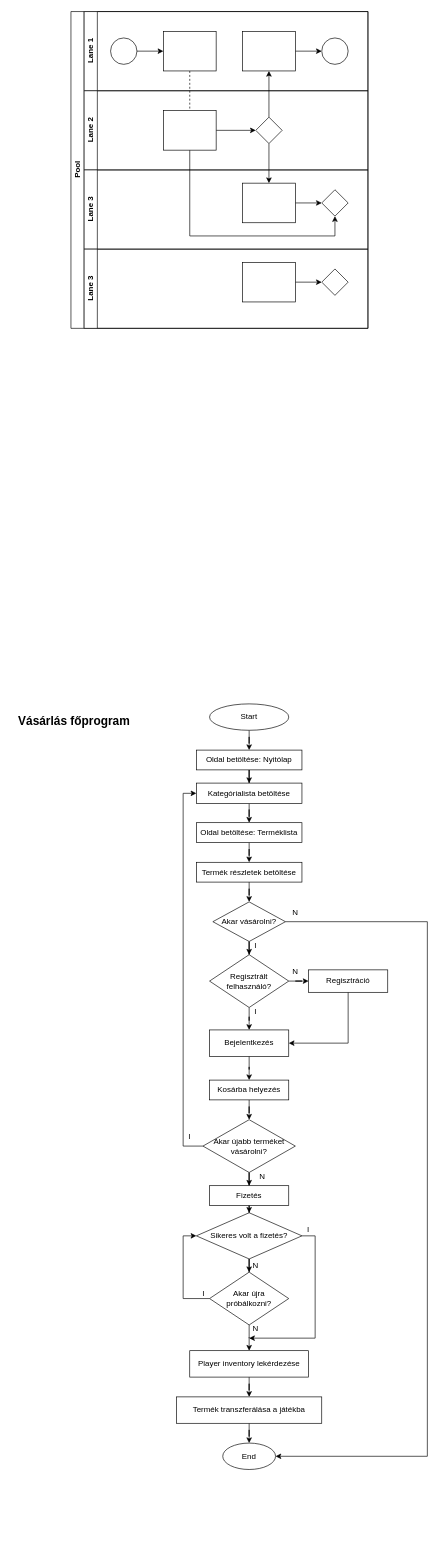
Szirmill/szirmill.github.io keeps this draw.io diagram as Névtelen diagram.drawio. Above is the earlier version. Source tidied: cells renumbered, new cells numbered last; positions are measured from the earlier drawing's top-left corner, leaving out a move shared by most shapes. Both pictures are drawn from the tidied source at 66%, with x=0, y=0 at pixel (11, 11).
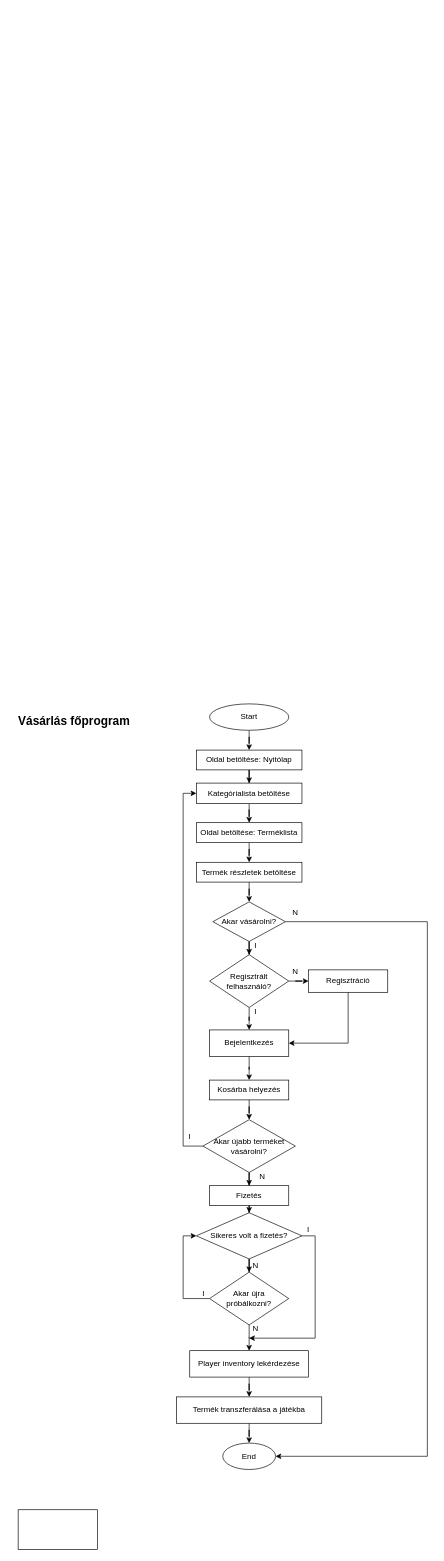
The same diagram, later.

Change to the diagram source:
```diff
@@
-    <mxCell id="2" value="Pool" style="swimlane;html=1;horizontal=0;startSize=20;" parent="1" vertex="1">
-      <mxGeometry x="90" width="450" height="480" as="geometry" />
-    </mxCell>
-    <mxCell id="3" style="edgeStyle=orthogonalEdgeStyle;rounded=0;jettySize=auto;html=1;dashed=1;endArrow=none;endFill=0;" parent="2" edge="1" source="10" target="16">
-      <mxGeometry relative="1" as="geometry" />
-    </mxCell>
-    <mxCell id="4" style="edgeStyle=orthogonalEdgeStyle;rounded=0;jettySize=auto;html=1;endArrow=classic;endFill=1;" parent="2" edge="1" source="17" target="12">
-      <mxGeometry relative="1" as="geometry" />
-    </mxCell>
-    <mxCell id="5" style="edgeStyle=orthogonalEdgeStyle;rounded=0;jettySize=auto;html=1;endArrow=classic;endFill=1;" parent="2" edge="1" source="17" target="20">
-      <mxGeometry relative="1" as="geometry" />
-    </mxCell>
-    <mxCell id="6" style="edgeStyle=orthogonalEdgeStyle;rounded=0;jettySize=auto;html=1;endArrow=classic;endFill=1;" parent="2" edge="1" source="16" target="21">
-      <mxGeometry relative="1" as="geometry">
-        <Array as="points">
-          <mxPoint x="180" y="340" />
-          <mxPoint x="400" y="340" />
-        </Array>
-      </mxGeometry>
-    </mxCell>
-    <mxCell id="7" value="Lane 1" style="swimlane;html=1;startSize=20;horizontal=0;" parent="2" vertex="1">
-      <mxGeometry x="20" width="430" height="120" as="geometry" />
-    </mxCell>
-    <mxCell id="8" style="edgeStyle=orthogonalEdgeStyle;rounded=0;jettySize=auto;html=1;" parent="7" edge="1" source="9" target="10">
-      <mxGeometry relative="1" as="geometry" />
-    </mxCell>
-    <mxCell id="9" style="ellipse;whiteSpace=wrap;html=1;" parent="7" vertex="1">
-      <mxGeometry x="40" y="40" width="40" height="40" as="geometry" />
-    </mxCell>
-    <mxCell id="10" style="rounded=0;whiteSpace=wrap;html=1;fontFamily=Helvetica;fontSize=12;fontColor=#000000;align=center;" parent="7" vertex="1">
-      <mxGeometry x="120" y="30" width="80" height="60" as="geometry" />
-    </mxCell>
-    <mxCell id="11" style="edgeStyle=orthogonalEdgeStyle;rounded=0;jettySize=auto;html=1;endArrow=classic;endFill=1;" parent="7" edge="1" source="12" target="13">
-      <mxGeometry relative="1" as="geometry" />
-    </mxCell>
-    <mxCell id="12" style="rounded=0;whiteSpace=wrap;html=1;fontFamily=Helvetica;fontSize=12;fontColor=#000000;align=center;" parent="7" vertex="1">
-      <mxGeometry x="240" y="30" width="80" height="60" as="geometry" />
-    </mxCell>
-    <mxCell id="13" style="ellipse;whiteSpace=wrap;html=1;" parent="7" vertex="1">
-      <mxGeometry x="360" y="40" width="40" height="40" as="geometry" />
-    </mxCell>
-    <mxCell id="14" value="Lane 2" style="swimlane;html=1;startSize=20;horizontal=0;" parent="2" vertex="1">
-      <mxGeometry x="20" y="120" width="430" height="120" as="geometry" />
-    </mxCell>
-    <mxCell id="15" style="edgeStyle=orthogonalEdgeStyle;rounded=0;jettySize=auto;html=1;endArrow=classic;endFill=1;" parent="14" edge="1" source="16" target="17">
-      <mxGeometry relative="1" as="geometry" />
-    </mxCell>
-    <mxCell id="16" style="rounded=0;whiteSpace=wrap;html=1;fontFamily=Helvetica;fontSize=12;fontColor=#000000;align=center;" parent="14" vertex="1">
-      <mxGeometry x="120" y="30" width="80" height="60" as="geometry" />
-    </mxCell>
-    <mxCell id="17" style="rhombus;whiteSpace=wrap;html=1;fontFamily=Helvetica;fontSize=12;fontColor=#000000;align=center;" parent="14" vertex="1">
-      <mxGeometry x="260" y="40" width="40" height="40" as="geometry" />
-    </mxCell>
-    <mxCell id="18" value="Lane 3" style="swimlane;html=1;startSize=20;horizontal=0;" parent="2" vertex="1">
-      <mxGeometry x="20" y="240" width="430" height="120" as="geometry" />
-    </mxCell>
-    <mxCell id="19" style="edgeStyle=orthogonalEdgeStyle;rounded=0;jettySize=auto;html=1;endArrow=classic;endFill=1;" parent="18" edge="1" source="20" target="21">
-      <mxGeometry relative="1" as="geometry" />
-    </mxCell>
-    <mxCell id="20" style="rounded=0;whiteSpace=wrap;html=1;fontFamily=Helvetica;fontSize=12;fontColor=#000000;align=center;" parent="18" vertex="1">
-      <mxGeometry x="240" y="20" width="80" height="60" as="geometry" />
-    </mxCell>
-    <mxCell id="21" style="rhombus;whiteSpace=wrap;html=1;fontFamily=Helvetica;fontSize=12;fontColor=#000000;align=center;" parent="18" vertex="1">
-      <mxGeometry x="360" y="30" width="40" height="40" as="geometry" />
-    </mxCell>
-    <mxCell id="22" value="Lane 3" style="swimlane;html=1;startSize=20;horizontal=0;" parent="2" vertex="1">
-      <mxGeometry x="20" y="360" width="430" height="120" as="geometry" />
-    </mxCell>
-    <mxCell id="23" style="edgeStyle=orthogonalEdgeStyle;rounded=0;jettySize=auto;html=1;endArrow=classic;endFill=1;" parent="22" edge="1" source="24" target="25">
-      <mxGeometry relative="1" as="geometry" />
-    </mxCell>
-    <mxCell id="24" style="rounded=0;whiteSpace=wrap;html=1;fontFamily=Helvetica;fontSize=12;fontColor=#000000;align=center;" parent="22" vertex="1">
-      <mxGeometry x="240" y="20" width="80" height="60" as="geometry" />
-    </mxCell>
-    <mxCell id="25" style="rhombus;whiteSpace=wrap;html=1;fontFamily=Helvetica;fontSize=12;fontColor=#000000;align=center;" parent="22" vertex="1">
-      <mxGeometry x="360" y="30" width="40" height="40" as="geometry" />
-    </mxCell>
@@
+    <mxCell id="75" style="rounded=0;whiteSpace=wrap;html=1;" parent="1" vertex="1">
+      <mxGeometry x="10" y="2270" width="120" height="60" as="geometry" />
+    </mxCell>
```
